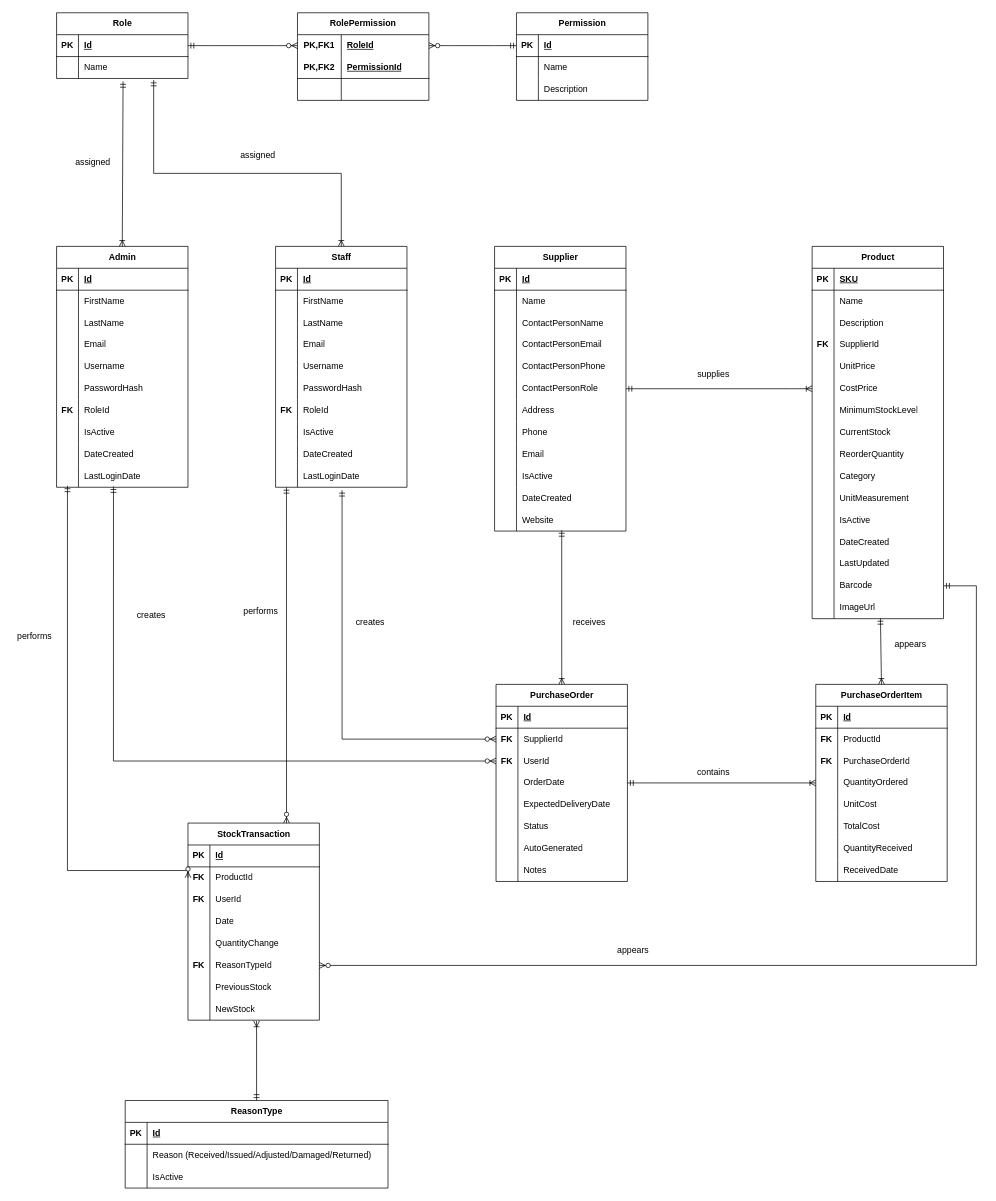
Earlier version of the draw.io diagram docs/Analysis/Database_Design/ERD.drawio (james15mokoena/SmartInventory). Source tidied: cells renumbered, new cells numbered last; positions are measured from the earlier drawing's top-left corner, leaving out a move shared by most shapes. Both pictures are drawn from the tidied source at 73%, with x=0, y=0 at pixel (12, 12).
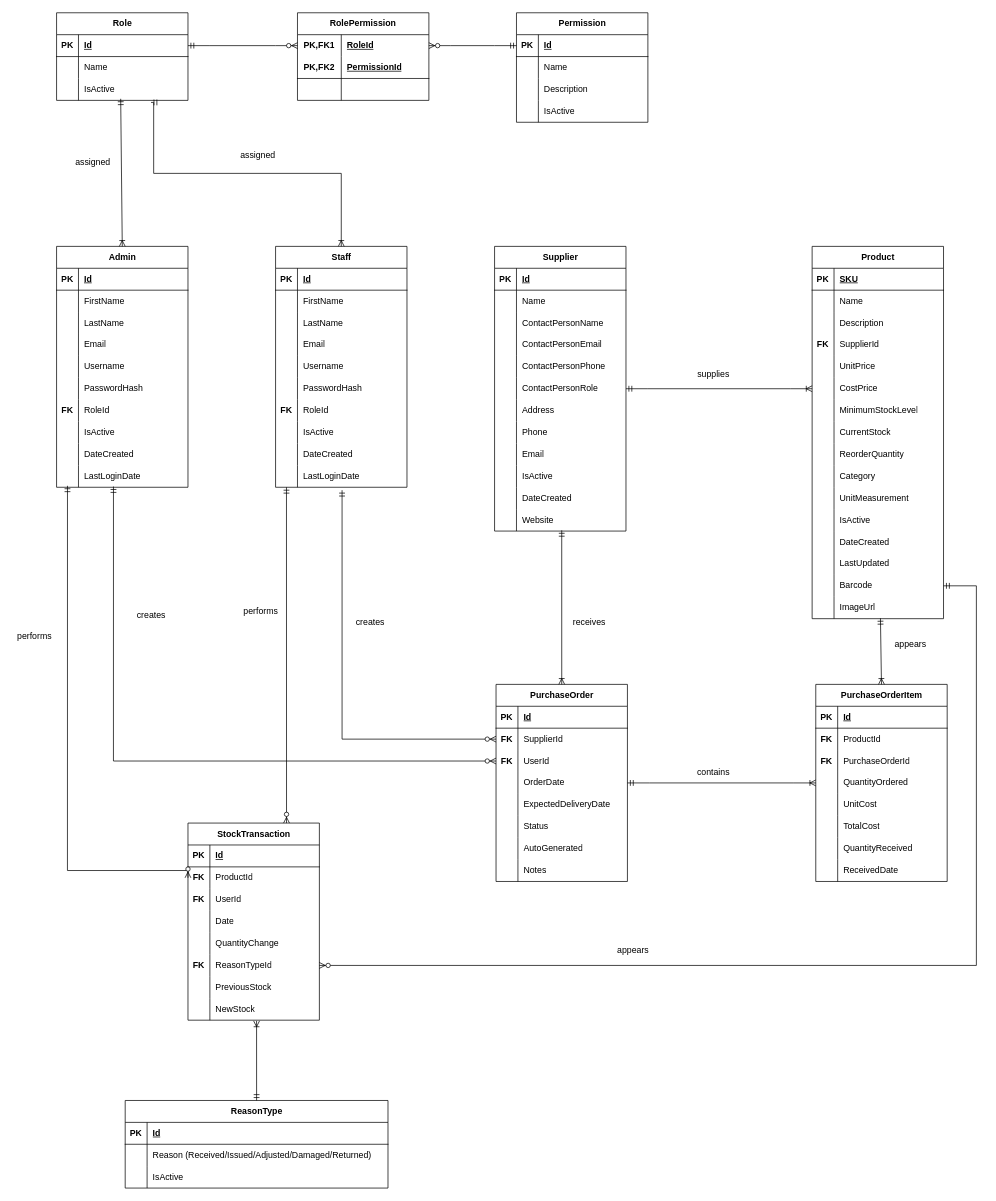
The same page after the edit.

Unchanged cells that the change refers to:
```xml
<mxCell id="2" value="Admin" style="shape=table;startSize=30;childLayout=tableLayout;rowLines=0;fontStyle=1;align=center;html=1;" parent="1" vertex="1">
  <mxGeometry x="60" y="320" width="180" height="330" as="geometry" />
</mxCell>
<mxCell id="33" value="Staff" style="shape=table;startSize=30;childLayout=tableLayout;rowLines=0;fontStyle=1;align=center;html=1;" parent="1" vertex="1">
  <mxGeometry x="360" y="320" width="180" height="330" as="geometry" />
</mxCell>
<mxCell id="68" style="shape=tableRow;horizontal=0;startSize=0;swimlaneHead=0;swimlaneBody=0;fillColor=none;points=[[0,0.5],[1,0.5]];portConstraint=eastwest;top=0;left=0;right=0;bottom=0;" parent="64" vertex="1">
  <mxGeometry y="60" width="180" height="30" as="geometry" />
</mxCell>
```

Change to the diagram source:
```diff
@@
     <mxCell id="64" value="Role" style="shape=table;startSize=30;childLayout=tableLayout;rowLines=0;fontStyle=1;align=center;html=1;" parent="1" vertex="1">
-      <mxGeometry x="60" width="180" height="90" as="geometry" />
+      <mxGeometry x="60" width="180" height="120" as="geometry" />
     </mxCell>
@@
+    <mxCell id="287" style="shape=tableRow;horizontal=0;startSize=0;swimlaneHead=0;swimlaneBody=0;fillColor=none;points=[[0,0.5],[1,0.5]];portConstraint=eastwest;top=0;left=0;right=0;bottom=0;" parent="64" vertex="1">
+      <mxGeometry y="90" width="180" height="30" as="geometry" />
+    </mxCell>
+    <mxCell id="288" style="shape=partialRectangle;fillColor=none;top=0;left=0;bottom=0;right=0;overflow=hidden;whiteSpace=wrap;html=1;" parent="287" vertex="1">
+      <mxGeometry width="30" height="30" as="geometry" />
+    </mxCell>
+    <mxCell id="289" value="IsActive" style="shape=partialRectangle;fillColor=none;top=0;left=0;bottom=0;right=0;align=left;spacingLeft=6;overflow=hidden;whiteSpace=wrap;html=1;" parent="287" vertex="1">
+      <mxGeometry x="30" width="150" height="30" as="geometry" />
+    </mxCell>
     <mxCell id="71" value="Permission" style="shape=table;startSize=30;childLayout=tableLayout;rowLines=0;fontStyle=1;align=center;html=1;" parent="1" vertex="1">
-      <mxGeometry x="690" width="180" height="120" as="geometry" />
+      <mxGeometry x="690" width="180" height="150" as="geometry" />
     </mxCell>
@@
+    <mxCell id="290" style="shape=tableRow;horizontal=0;startSize=0;swimlaneHead=0;swimlaneBody=0;fillColor=none;top=0;left=0;right=0;bottom=0;" parent="71" vertex="1">
+      <mxGeometry y="120" width="180" height="30" as="geometry" />
+    </mxCell>
+    <mxCell id="291" style="shape=partialRectangle;fillColor=none;top=0;left=0;bottom=0;right=0;overflow=hidden;whiteSpace=wrap;html=1;" parent="290" vertex="1">
+      <mxGeometry width="30" height="30" as="geometry" />
+    </mxCell>
+    <mxCell id="292" value="IsActive" style="shape=partialRectangle;fillColor=none;top=0;left=0;bottom=0;right=0;align=left;spacingLeft=6;overflow=hidden;whiteSpace=wrap;html=1;" parent="290" vertex="1">
+      <mxGeometry x="30" width="150" height="30" as="geometry" />
+    </mxCell>
@@
-    <mxCell id="283" style="fontSize=12;html=1;endArrow=ERoneToMany;startArrow=ERmandOne;rounded=0;exitX=0.506;exitY=1.133;exitDx=0;exitDy=0;exitPerimeter=0;entryX=0.5;entryY=0;entryDx=0;entryDy=0;endFill=0;" parent="1" edge="1" source="68" target="2">
+    <mxCell id="283" style="fontSize=12;html=1;endArrow=ERoneToMany;startArrow=ERmandOne;rounded=0;entryX=0.5;entryY=0;entryDx=0;entryDy=0;endFill=0;exitX=0.488;exitY=0.928;exitDx=0;exitDy=0;exitPerimeter=0;" parent="1" edge="1" source="287" target="2">
       <mxGeometry relative="1" as="geometry" />
     </mxCell>
@@
-    <mxCell id="285" style="edgeStyle=orthogonalEdgeStyle;fontSize=12;html=1;endArrow=ERoneToMany;startArrow=ERmandOne;rounded=0;entryX=0.5;entryY=0;entryDx=0;entryDy=0;exitX=0.739;exitY=1.067;exitDx=0;exitDy=0;exitPerimeter=0;" parent="1" edge="1" source="68" target="33">
+    <mxCell id="285" style="edgeStyle=orthogonalEdgeStyle;fontSize=12;html=1;endArrow=ERoneToMany;startArrow=ERmandOne;rounded=0;entryX=0.5;entryY=0;entryDx=0;entryDy=0;exitX=0.719;exitY=1.094;exitDx=0;exitDy=0;exitPerimeter=0;" parent="1" edge="1" source="287" target="33">
       <mxGeometry relative="1" as="geometry">
         <Array as="points">
+          <mxPoint x="193" y="123" />
           <mxPoint x="193" y="220" />
           <mxPoint x="450" y="220" />
         </Array>
       </mxGeometry>
     </mxCell>
```
